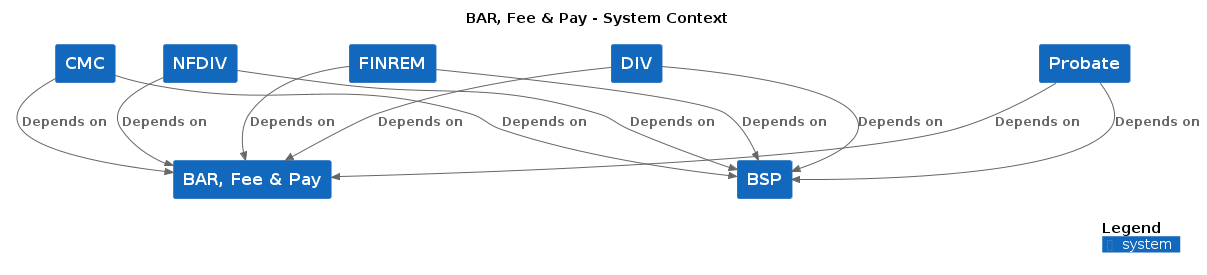
hmcts/cnp-api-docs keeps this PlantUML diagram as docs/c4/bar_fee__pay/images/structurizr-bar_fee__pay-context.png. Above is the earlier version.
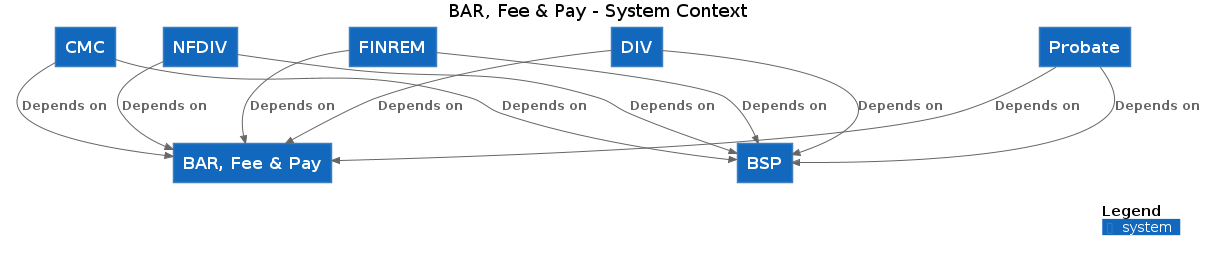
After the commit.

The edit, as a diff of the source:
```diff
@@ -3,27 +3,27 @@
 
 top to bottom direction
 
-!include https://raw.githubusercontent.com/plantuml-stdlib/C4-PlantUML/master/C4.puml
-!include https://raw.githubusercontent.com/plantuml-stdlib/C4-PlantUML/master/C4_Context.puml
+!includeurl https://raw.githubusercontent.com/plantuml-stdlib/C4-PlantUML/master/C4.puml
+!includeurl https://raw.githubusercontent.com/plantuml-stdlib/C4-PlantUML/master/C4_Context.puml
 
-System(NFDIV, "NFDIV", "", $tags="")
-System(BSP, "BSP", "", $tags="")
-System(CMC, "CMC", "", $tags="")
-System(DIV, "DIV", "", $tags="")
-System(FINREM, "FINREM", "", $tags="")
-System(Probate, "Probate", "", $tags="")
-System(BARFeePay, "BAR, Fee & Pay", "", $tags="")
+System(NFDIV, "NFDIV", "")
+System(BSP, "BSP", "")
+System(CMC, "CMC", "")
+System(DIV, "DIV", "")
+System(FINREM, "FINREM", "")
+System(Probate, "Probate", "")
+System(BARFeePay, "BAR, Fee & Pay", "")
 
-Rel_D(CMC, BARFeePay, "Depends on", $tags="")
-Rel_D(CMC, BSP, "Depends on", $tags="")
-Rel_D(DIV, BARFeePay, "Depends on", $tags="")
-Rel_D(DIV, BSP, "Depends on", $tags="")
-Rel_D(FINREM, BARFeePay, "Depends on", $tags="")
-Rel_D(FINREM, BSP, "Depends on", $tags="")
-Rel_D(Probate, BARFeePay, "Depends on", $tags="")
-Rel_D(Probate, BSP, "Depends on", $tags="")
-Rel_D(NFDIV, BARFeePay, "Depends on", $tags="")
-Rel_D(NFDIV, BSP, "Depends on", $tags="")
+Rel_D(CMC, BARFeePay, "Depends on")
+Rel_D(CMC, BSP, "Depends on")
+Rel_D(DIV, BARFeePay, "Depends on")
+Rel_D(DIV, BSP, "Depends on")
+Rel_D(FINREM, BARFeePay, "Depends on")
+Rel_D(FINREM, BSP, "Depends on")
+Rel_D(Probate, BARFeePay, "Depends on")
+Rel_D(Probate, BSP, "Depends on")
+Rel_D(NFDIV, BARFeePay, "Depends on")
+Rel_D(NFDIV, BSP, "Depends on")
 
 SHOW_DYNAMIC_LEGEND()
 @enduml
```
